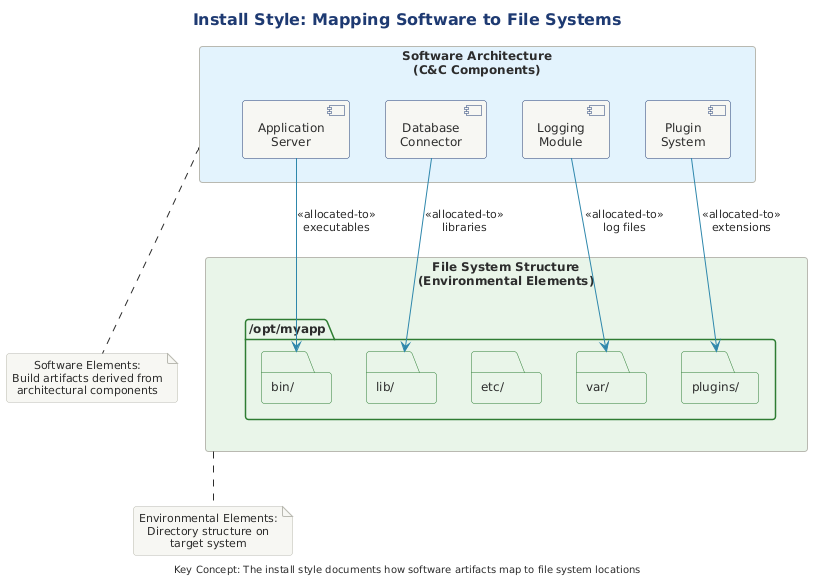
Notoriousjayy/latex-docs keeps this PlantUML diagram as src/architecture/views-and-beyond/style-catalogs/allocation/install-style/png/mapping-software-file-systems.png. Above is the earlier version. The source it was exported from:
```plantuml
@startuml

!include ../../../../../../tooling/styles/plantuml/structural/deployment-diagram-style.iuml

skinparam folder {
    BackgroundColor #E8F5E9
    BorderColor #2E7D32
}

title Install Style: Mapping Software to File Systems

rectangle "Software Architecture\n(C&C Components)" as arch #E3F2FD {
    component "Application\nServer" as app
    component "Database\nConnector" as db
    component "Logging\nModule" as log
    component "Plugin\nSystem" as plugin
}

rectangle "File System Structure\n(Environmental Elements)" as fs #E8F5E9 {
    folder "/opt/myapp" as root {
        folder "bin/" as bin
        folder "lib/" as lib
        folder "etc/" as etc
        folder "var/" as var
        folder "plugins/" as plugins
    }
}

app -[#2E86AB]-> bin : <<allocated-to>>\nexecutables
db -[#2E86AB]-> lib : <<allocated-to>>\nlibraries
log -[#2E86AB]-> var : <<allocated-to>>\nlog files
plugin -[#2E86AB]-> plugins : <<allocated-to>>\nextensions

note bottom of arch
  Software Elements:
  Build artifacts derived from
  architectural components
end note

note bottom of fs
  Environmental Elements:
  Directory structure on
  target system
end note

center footer Key Concept: The install style documents how software artifacts map to file system locations
@enduml
```
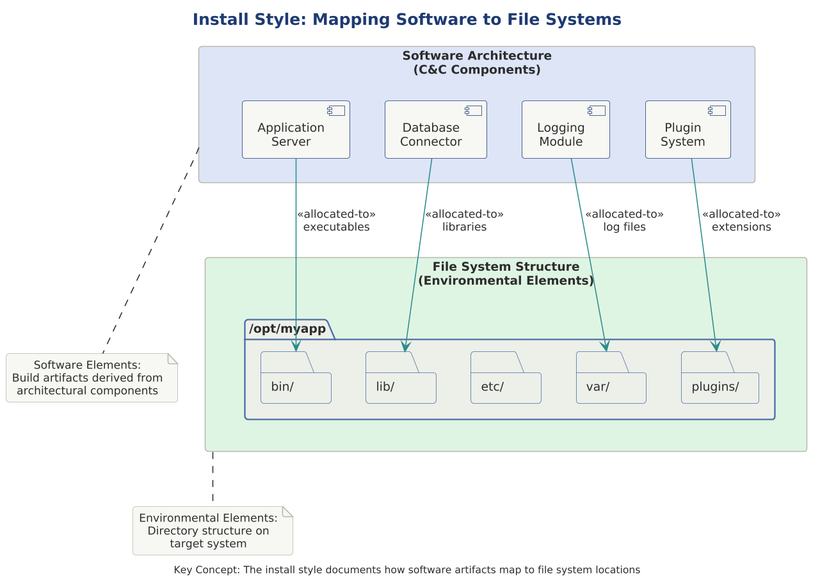
Later version of the same file.

The edit, as a diff of the source:
```diff
@@ -1,22 +1,22 @@
 @startuml
+
+skinparam dpi 150
+
+
+
 
 !include ../../../../../../tooling/styles/plantuml/structural/deployment-diagram-style.iuml
 
-skinparam folder {
-    BackgroundColor #E8F5E9
-    BorderColor #2E7D32
-}
-
 title Install Style: Mapping Software to File Systems
 
-rectangle "Software Architecture\n(C&C Components)" as arch #E3F2FD {
+rectangle "Software Architecture\n(C&C Components)" as arch $fill_primary {
     component "Application\nServer" as app
     component "Database\nConnector" as db
     component "Logging\nModule" as log
     component "Plugin\nSystem" as plugin
 }
 
-rectangle "File System Structure\n(Environmental Elements)" as fs #E8F5E9 {
+rectangle "File System Structure\n(Environmental Elements)" as fs $fill_ok {
     folder "/opt/myapp" as root {
         folder "bin/" as bin
         folder "lib/" as lib
@@ -26,10 +26,10 @@
     }
 }
 
-app -[#2E86AB]-> bin : <<allocated-to>>\nexecutables
-db -[#2E86AB]-> lib : <<allocated-to>>\nlibraries
-log -[#2E86AB]-> var : <<allocated-to>>\nlog files
-plugin -[#2E86AB]-> plugins : <<allocated-to>>\nextensions
+app -[$line_dynamic]-> bin : <<allocated-to>>\nexecutables
+db -[$line_dynamic]-> lib : <<allocated-to>>\nlibraries
+log -[$line_dynamic]-> var : <<allocated-to>>\nlog files
+plugin -[$line_dynamic]-> plugins : <<allocated-to>>\nextensions
 
 note bottom of arch
   Software Elements:
```
